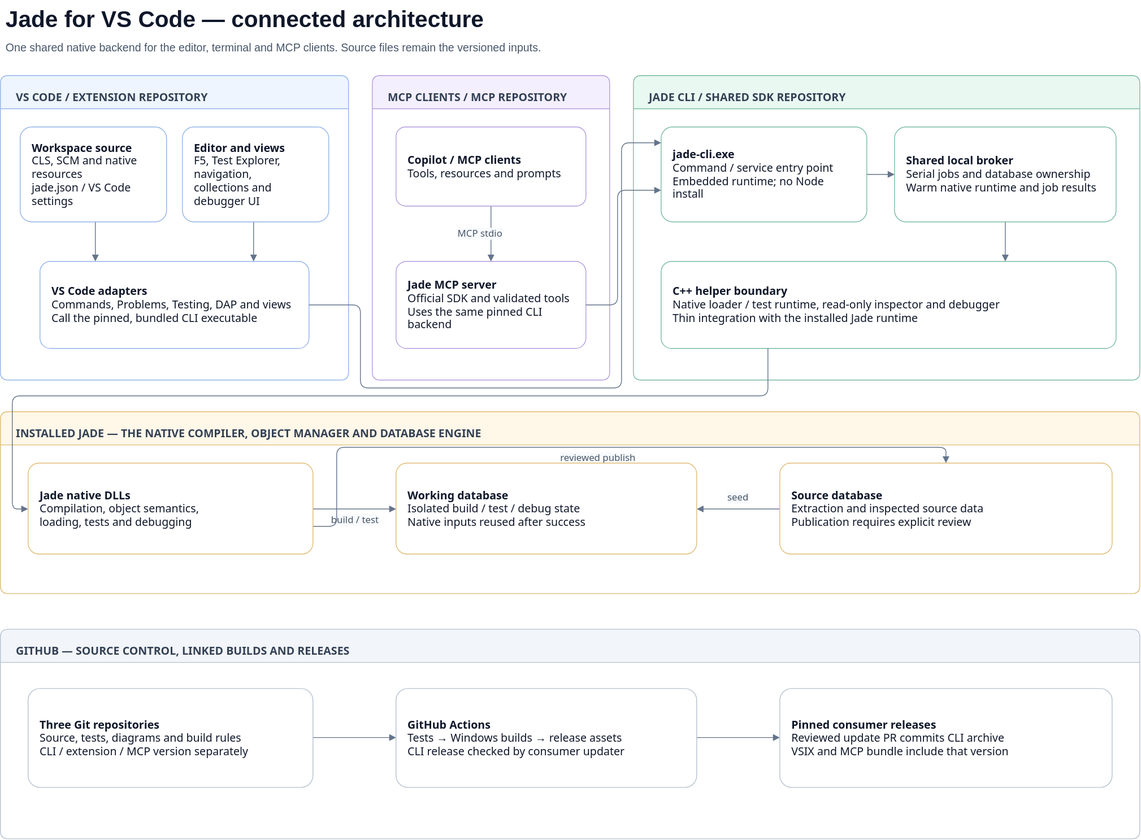
darrenhull/Jade-VSCode-Extension keeps this draw.io diagram as extension/media/architecture.drawio.svg. Above is the earlier version. Source tidied: cells renumbered, new cells last; positions are measured from the earlier drawing's top-left corner, leaving out a move shared by most shapes.
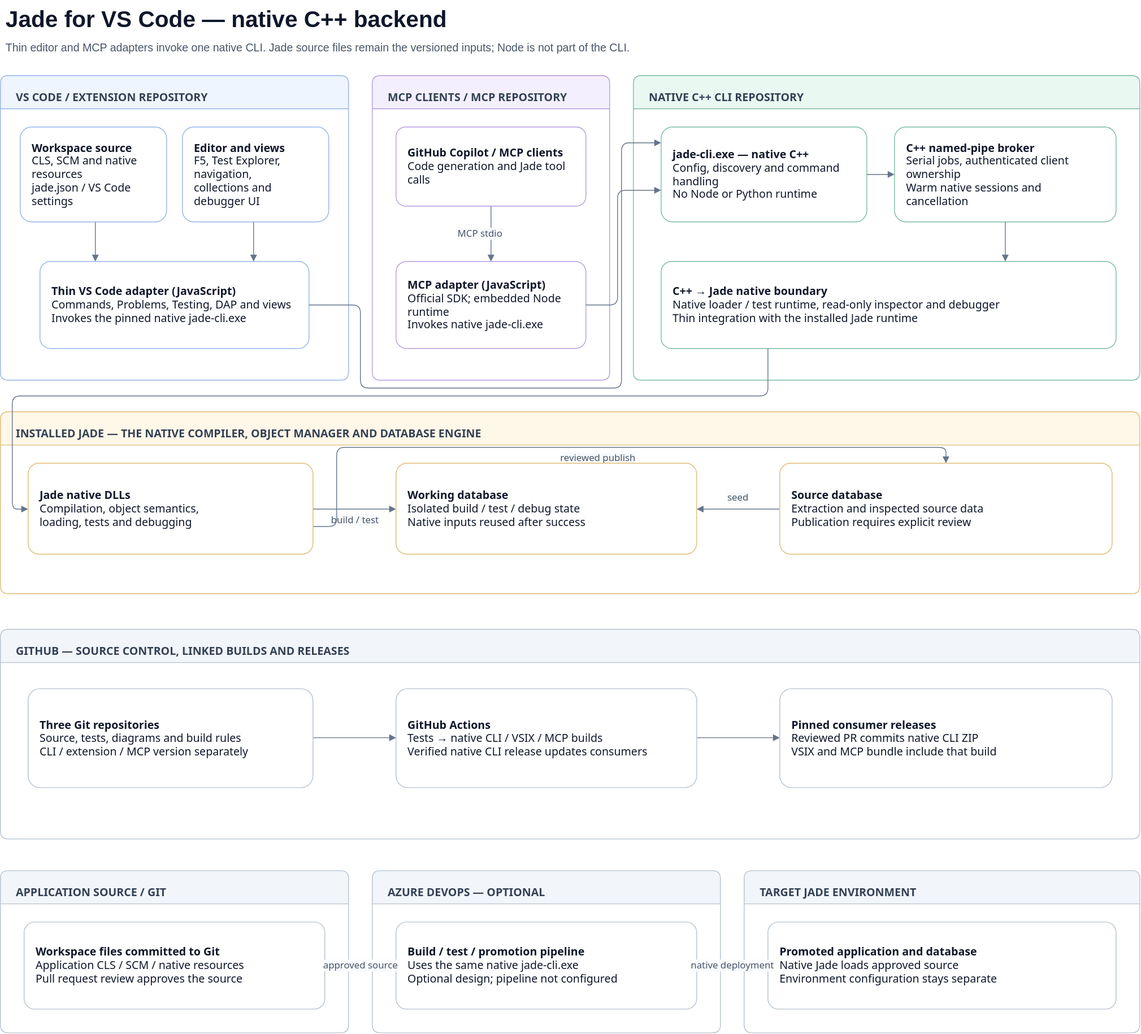
Above is the later version.

The edit, as a diff of the source:
```diff
@@ -2,10 +2,10 @@
   <root>
     <mxCell id="0" />
     <mxCell id="1" parent="0" />
-    <mxCell id="2" value="Jade for VS Code — connected architecture" style="text;html=1;align=left;fontSize=29;fontStyle=1;fontColor=#0f172a;" parent="1" vertex="1">
+    <mxCell id="2" value="Jade for VS Code — native C++ backend" style="text;html=1;align=left;fontSize=29;fontStyle=1;fontColor=#0f172a;" parent="1" vertex="1">
       <mxGeometry x="5" width="1430" height="40" as="geometry" />
     </mxCell>
-    <mxCell id="3" value="One shared native backend for the editor, terminal and MCP clients. Source files remain the versioned inputs." style="text;html=1;align=left;fontSize=14;fontColor=#475569;" parent="1" vertex="1">
+    <mxCell id="3" value="Thin editor and MCP adapters invoke one native CLI. Jade source files remain the versioned inputs; Node is not part of the CLI." style="text;html=1;align=left;fontSize=14;fontColor=#475569;" parent="1" vertex="1">
       <mxGeometry x="5" y="45" width="1430" height="28" as="geometry" />
     </mxCell>
     <mxCell id="4" value="VS CODE / EXTENSION REPOSITORY" style="swimlane;startSize=42;horizontal=1;rounded=1;arcSize=8;html=1;verticalAlign=middle;align=left;spacingTop=14;spacingLeft=18;fontSize=14;fontStyle=1;fontColor=#334155;fillColor=#eef5ff;strokeColor=#93b4e8;fontFamily=Segoe UI;" parent="1" vertex="1">
@@ -23,7 +23,7 @@
     <mxCell id="8" value="&lt;b&gt;Editor and views&lt;/b&gt;&lt;br&gt;F5, Test Explorer, navigation,&lt;br&gt;collections and debugger UI" style="rounded=1;arcSize=12;html=1;whiteSpace=wrap;align=left;verticalAlign=middle;spacing=15;fontSize=14;fontColor=#0f172a;fillColor=#ffffff;strokeColor=#93b4e8;fontFamily=Segoe UI;" parent="4" vertex="1">
       <mxGeometry x="230" y="65" width="185" height="120" as="geometry" />
     </mxCell>
-    <mxCell id="9" value="&lt;b&gt;VS Code adapters&lt;/b&gt;&lt;br&gt;Commands, Problems, Testing, DAP and views&lt;br&gt;Call the pinned, bundled CLI executable" style="rounded=1;arcSize=12;html=1;whiteSpace=wrap;align=left;verticalAlign=middle;spacing=15;fontSize=14;fontColor=#0f172a;fillColor=#ffffff;strokeColor=#93b4e8;fontFamily=Segoe UI;" parent="4" vertex="1">
+    <mxCell id="9" value="&lt;b&gt;Thin VS Code adapter (JavaScript)&lt;/b&gt;&lt;br&gt;Commands, Problems, Testing, DAP and views&lt;br&gt;Invokes the pinned native jade-cli.exe" style="rounded=1;arcSize=12;html=1;whiteSpace=wrap;align=left;verticalAlign=middle;spacing=15;fontSize=14;fontColor=#0f172a;fillColor=#ffffff;strokeColor=#93b4e8;fontFamily=Segoe UI;" parent="4" vertex="1">
       <mxGeometry x="50" y="235" width="340" height="110" as="geometry" />
     </mxCell>
     <mxCell id="10" value="MCP CLIENTS / MCP REPOSITORY" style="swimlane;startSize=42;horizontal=1;rounded=1;arcSize=8;html=1;verticalAlign=middle;align=left;spacingTop=14;spacingLeft=18;fontSize=14;fontStyle=1;fontColor=#334155;fillColor=#f4efff;strokeColor=#b49cdd;fontFamily=Segoe UI;" parent="1" vertex="1">
@@ -32,13 +32,13 @@
     <mxCell id="11" value="MCP stdio" style="edgeStyle=orthogonalEdgeStyle;rounded=1;html=1;endArrow=block;endFill=1;strokeColor=#64748b;fontColor=#475569;fontSize=12;exitX=0.5;exitY=1.0;entryX=0.5;entryY=0.0;exitPerimeter=0;entryPerimeter=0;labelBackgroundColor=#f8fafc;fontFamily=Segoe UI;" parent="10" edge="1" source="12" target="13">
       <mxGeometry y="-14" relative="1" as="geometry" />
     </mxCell>
-    <mxCell id="12" value="&lt;b&gt;Copilot / MCP clients&lt;/b&gt;&lt;br&gt;Tools, resources and prompts" style="rounded=1;arcSize=12;html=1;whiteSpace=wrap;align=left;verticalAlign=middle;spacing=15;fontSize=14;fontColor=#0f172a;fillColor=#ffffff;strokeColor=#b49cdd;fontFamily=Segoe UI;" parent="10" vertex="1">
+    <mxCell id="12" value="&lt;b&gt;GitHub Copilot / MCP clients&lt;/b&gt;&lt;br&gt;Code generation and Jade tool calls" style="rounded=1;arcSize=12;html=1;whiteSpace=wrap;align=left;verticalAlign=middle;spacing=15;fontSize=14;fontColor=#0f172a;fillColor=#ffffff;strokeColor=#b49cdd;fontFamily=Segoe UI;" parent="10" vertex="1">
       <mxGeometry x="30" y="65" width="240" height="100" as="geometry" />
     </mxCell>
-    <mxCell id="13" value="&lt;b&gt;Jade MCP server&lt;/b&gt;&lt;br&gt;Official SDK and validated tools&lt;br&gt;Uses the same pinned CLI backend" style="rounded=1;arcSize=12;html=1;whiteSpace=wrap;align=left;verticalAlign=middle;spacing=15;fontSize=14;fontColor=#0f172a;fillColor=#ffffff;strokeColor=#b49cdd;fontFamily=Segoe UI;" parent="10" vertex="1">
+    <mxCell id="13" value="&lt;b&gt;MCP adapter (JavaScript)&lt;/b&gt;&lt;br&gt;Official SDK; embedded Node runtime&lt;br&gt;Invokes native jade-cli.exe" style="rounded=1;arcSize=12;html=1;whiteSpace=wrap;align=left;verticalAlign=middle;spacing=15;fontSize=14;fontColor=#0f172a;fillColor=#ffffff;strokeColor=#b49cdd;fontFamily=Segoe UI;" parent="10" vertex="1">
       <mxGeometry x="30" y="235" width="240" height="110" as="geometry" />
     </mxCell>
-    <mxCell id="14" value="JADE CLI / SHARED SDK REPOSITORY" style="swimlane;startSize=42;horizontal=1;rounded=1;arcSize=8;html=1;verticalAlign=middle;align=left;spacingTop=14;spacingLeft=18;fontSize=14;fontStyle=1;fontColor=#334155;fillColor=#eaf8f2;strokeColor=#78bca2;fontFamily=Segoe UI;" parent="1" vertex="1">
+    <mxCell id="14" value="NATIVE C++ CLI REPOSITORY" style="swimlane;startSize=42;horizontal=1;rounded=1;arcSize=8;html=1;verticalAlign=middle;align=left;spacingTop=14;spacingLeft=18;fontSize=14;fontStyle=1;fontColor=#334155;fillColor=#eaf8f2;strokeColor=#78bca2;fontFamily=Segoe UI;" parent="1" vertex="1">
       <mxGeometry x="800" y="95" width="640" height="385" as="geometry" />
     </mxCell>
     <mxCell id="15" style="edgeStyle=orthogonalEdgeStyle;rounded=1;html=1;endArrow=block;endFill=1;strokeColor=#64748b;fontColor=#475569;fontSize=12;exitX=1.0;exitY=0.5;entryX=0.0;entryY=0.5;exitPerimeter=0;entryPerimeter=0;labelBackgroundColor=#f8fafc;fontFamily=Segoe UI;" parent="14" edge="1" source="17" target="18">
@@ -47,13 +47,13 @@
     <mxCell id="16" style="edgeStyle=orthogonalEdgeStyle;rounded=1;html=1;endArrow=block;endFill=1;strokeColor=#64748b;fontColor=#475569;fontSize=12;exitX=0.5;exitY=1.0;entryX=0.7565217391304347;entryY=0.0;exitPerimeter=0;entryPerimeter=0;labelBackgroundColor=#f8fafc;fontFamily=Segoe UI;" parent="14" edge="1" source="18" target="19">
       <mxGeometry relative="1" as="geometry" />
     </mxCell>
-    <mxCell id="17" value="&lt;b&gt;jade-cli.exe&lt;/b&gt;&lt;br&gt;Command / service entry point&lt;br&gt;Embedded runtime; no Node install" style="rounded=1;arcSize=12;html=1;whiteSpace=wrap;align=left;verticalAlign=middle;spacing=15;fontSize=14;fontColor=#0f172a;fillColor=#ffffff;strokeColor=#78bca2;fontFamily=Segoe UI;" parent="14" vertex="1">
+    <mxCell id="17" value="&lt;b&gt;jade-cli.exe — native C++&lt;/b&gt;&lt;br&gt;Config, discovery and command handling&lt;br&gt;No Node or Python runtime" style="rounded=1;arcSize=12;html=1;whiteSpace=wrap;align=left;verticalAlign=middle;spacing=15;fontSize=14;fontColor=#0f172a;fillColor=#ffffff;strokeColor=#78bca2;fontFamily=Segoe UI;" parent="14" vertex="1">
       <mxGeometry x="35" y="65" width="260" height="120" as="geometry" />
     </mxCell>
-    <mxCell id="18" value="&lt;b&gt;Shared local broker&lt;/b&gt;&lt;br&gt;Serial jobs and database ownership&lt;br&gt;Warm native runtime and job results" style="rounded=1;arcSize=12;html=1;whiteSpace=wrap;align=left;verticalAlign=middle;spacing=15;fontSize=14;fontColor=#0f172a;fillColor=#ffffff;strokeColor=#78bca2;fontFamily=Segoe UI;" parent="14" vertex="1">
+    <mxCell id="18" value="&lt;b&gt;C++ named-pipe broker&lt;/b&gt;&lt;br&gt;Serial jobs, authenticated client ownership&lt;br&gt;Warm native sessions and cancellation" style="rounded=1;arcSize=12;html=1;whiteSpace=wrap;align=left;verticalAlign=middle;spacing=15;fontSize=14;fontColor=#0f172a;fillColor=#ffffff;strokeColor=#78bca2;fontFamily=Segoe UI;" parent="14" vertex="1">
       <mxGeometry x="330" y="65" width="280" height="120" as="geometry" />
     </mxCell>
-    <mxCell id="19" value="&lt;b&gt;C++ helper boundary&lt;/b&gt;&lt;br&gt;Native loader / test runtime, read-only inspector and debugger&lt;br&gt;Thin integration with the installed Jade runtime" style="rounded=1;arcSize=12;html=1;whiteSpace=wrap;align=left;verticalAlign=middle;spacing=15;fontSize=14;fontColor=#0f172a;fillColor=#ffffff;strokeColor=#78bca2;fontFamily=Segoe UI;" parent="14" vertex="1">
+    <mxCell id="19" value="&lt;b&gt;C++ → Jade native boundary&lt;/b&gt;&lt;br&gt;Native loader / test runtime, read-only inspector and debugger&lt;br&gt;Thin integration with the installed Jade runtime" style="rounded=1;arcSize=12;html=1;whiteSpace=wrap;align=left;verticalAlign=middle;spacing=15;fontSize=14;fontColor=#0f172a;fillColor=#ffffff;strokeColor=#78bca2;fontFamily=Segoe UI;" parent="14" vertex="1">
       <mxGeometry x="35" y="235" width="575" height="110" as="geometry" />
     </mxCell>
     <mxCell id="20" value="INSTALLED JADE — THE NATIVE COMPILER, OBJECT MANAGER AND DATABASE ENGINE" style="swimlane;startSize=42;horizontal=1;rounded=1;arcSize=8;html=1;verticalAlign=middle;align=left;spacingTop=14;spacingLeft=18;fontSize=14;fontStyle=1;fontColor=#334155;fillColor=#fff7e8;strokeColor=#dfbb74;fontFamily=Segoe UI;" parent="1" vertex="1">
@@ -95,10 +95,10 @@
     <mxCell id="30" value="&lt;b&gt;Three Git repositories&lt;/b&gt;&lt;br&gt;Source, tests, diagrams and build rules&lt;br&gt;CLI / extension / MCP version separately" style="rounded=1;arcSize=12;html=1;whiteSpace=wrap;align=left;verticalAlign=middle;spacing=15;fontSize=14;fontColor=#0f172a;fillColor=#ffffff;strokeColor=#b5c1cf;fontFamily=Segoe UI;" parent="27" vertex="1">
       <mxGeometry x="35" y="75" width="360" height="125" as="geometry" />
     </mxCell>
-    <mxCell id="31" value="&lt;b&gt;GitHub Actions&lt;/b&gt;&lt;br&gt;Tests → Windows builds → release assets&lt;br&gt;CLI release checked by consumer updater" style="rounded=1;arcSize=12;html=1;whiteSpace=wrap;align=left;verticalAlign=middle;spacing=15;fontSize=14;fontColor=#0f172a;fillColor=#ffffff;strokeColor=#b5c1cf;fontFamily=Segoe UI;" parent="27" vertex="1">
+    <mxCell id="31" value="&lt;b&gt;GitHub Actions&lt;/b&gt;&lt;br&gt;Tests → native CLI / VSIX / MCP builds&lt;br&gt;Verified native CLI release updates consumers" style="rounded=1;arcSize=12;html=1;whiteSpace=wrap;align=left;verticalAlign=middle;spacing=15;fontSize=14;fontColor=#0f172a;fillColor=#ffffff;strokeColor=#b5c1cf;fontFamily=Segoe UI;" parent="27" vertex="1">
       <mxGeometry x="500" y="75" width="380" height="125" as="geometry" />
     </mxCell>
-    <mxCell id="32" value="&lt;b&gt;Pinned consumer releases&lt;/b&gt;&lt;br&gt;Reviewed update PR commits CLI archive&lt;br&gt;VSIX and MCP bundle include that version" style="rounded=1;arcSize=12;html=1;whiteSpace=wrap;align=left;verticalAlign=middle;spacing=15;fontSize=14;fontColor=#0f172a;fillColor=#ffffff;strokeColor=#b5c1cf;fontFamily=Segoe UI;" parent="27" vertex="1">
+    <mxCell id="32" value="&lt;b&gt;Pinned consumer releases&lt;/b&gt;&lt;br&gt;Reviewed PR commits native CLI ZIP&lt;br&gt;VSIX and MCP bundle include that build" style="rounded=1;arcSize=12;html=1;whiteSpace=wrap;align=left;verticalAlign=middle;spacing=15;fontSize=14;fontColor=#0f172a;fillColor=#ffffff;strokeColor=#b5c1cf;fontFamily=Segoe UI;" parent="27" vertex="1">
       <mxGeometry x="985" y="75" width="420" height="125" as="geometry" />
     </mxCell>
     <mxCell id="33" style="edgeStyle=orthogonalEdgeStyle;rounded=1;html=1;endArrow=block;endFill=1;strokeColor=#64748b;fontColor=#475569;fontSize=12;exitX=1.0;exitY=0.5;entryX=0.0;entryY=0.16666666666666666;exitPerimeter=0;entryPerimeter=0;labelBackgroundColor=#f8fafc;fontFamily=Segoe UI;" parent="1" edge="1" source="9" target="17">
@@ -128,5 +128,29 @@
         </Array>
       </mxGeometry>
     </mxCell>
+    <mxCell id="36" value="APPLICATION SOURCE / GIT" style="swimlane;startSize=42;horizontal=1;rounded=1;arcSize=8;html=1;verticalAlign=middle;align=left;spacingTop=14;spacingLeft=18;fontSize=14;fontStyle=1;fontColor=#334155;fillColor=#f2f5f9;strokeColor=#b5c1cf;fontFamily=Segoe UI;" parent="1" vertex="1">
+      <mxGeometry y="1100" width="440" height="205" as="geometry" />
+    </mxCell>
+    <mxCell id="37" value="&lt;b&gt;Workspace files committed to Git&lt;/b&gt;&lt;br&gt;Application CLS / SCM / native resources&lt;br&gt;Pull request review approves the source" style="rounded=1;arcSize=12;html=1;whiteSpace=wrap;align=left;verticalAlign=middle;spacing=15;fontSize=14;fontColor=#0f172a;fillColor=#ffffff;strokeColor=#b5c1cf;fontFamily=Segoe UI;" parent="36" vertex="1">
+      <mxGeometry x="30" y="65" width="380" height="110" as="geometry" />
+    </mxCell>
+    <mxCell id="38" value="AZURE DEVOPS — OPTIONAL" style="swimlane;startSize=42;horizontal=1;rounded=1;arcSize=8;html=1;verticalAlign=middle;align=left;spacingTop=14;spacingLeft=18;fontSize=14;fontStyle=1;fontColor=#334155;fillColor=#f2f5f9;strokeColor=#b5c1cf;fontFamily=Segoe UI;" parent="1" vertex="1">
+      <mxGeometry x="470" y="1100" width="440" height="205" as="geometry" />
+    </mxCell>
+    <mxCell id="39" value="&lt;b&gt;Build / test / promotion pipeline&lt;/b&gt;&lt;br&gt;Uses the same native jade-cli.exe&lt;br&gt;Optional design; pipeline not configured" style="rounded=1;arcSize=12;html=1;whiteSpace=wrap;align=left;verticalAlign=middle;spacing=15;fontSize=14;fontColor=#0f172a;fillColor=#ffffff;strokeColor=#b5c1cf;fontFamily=Segoe UI;" parent="38" vertex="1">
+      <mxGeometry x="30" y="65" width="380" height="110" as="geometry" />
+    </mxCell>
+    <mxCell id="40" value="TARGET JADE ENVIRONMENT" style="swimlane;startSize=42;horizontal=1;rounded=1;arcSize=8;html=1;verticalAlign=middle;align=left;spacingTop=14;spacingLeft=18;fontSize=14;fontStyle=1;fontColor=#334155;fillColor=#f2f5f9;strokeColor=#b5c1cf;fontFamily=Segoe UI;" parent="1" vertex="1">
+      <mxGeometry x="940" y="1100" width="500" height="205" as="geometry" />
+    </mxCell>
+    <mxCell id="41" value="&lt;b&gt;Promoted application and database&lt;/b&gt;&lt;br&gt;Native Jade loads approved source&lt;br&gt;Environment configuration stays separate" style="rounded=1;arcSize=12;html=1;whiteSpace=wrap;align=left;verticalAlign=middle;spacing=15;fontSize=14;fontColor=#0f172a;fillColor=#ffffff;strokeColor=#b5c1cf;fontFamily=Segoe UI;" parent="40" vertex="1">
+      <mxGeometry x="30" y="65" width="440" height="110" as="geometry" />
+    </mxCell>
+    <mxCell id="42" value="approved source" style="edgeStyle=orthogonalEdgeStyle;rounded=1;html=1;endArrow=block;endFill=1;strokeColor=#64748b;fontColor=#475569;fontSize=12;labelBackgroundColor=#f8fafc;fontFamily=Segoe UI;" parent="1" edge="1" source="37" target="39">
+      <mxGeometry relative="1" as="geometry" />
+    </mxCell>
+    <mxCell id="43" value="native deployment" style="edgeStyle=orthogonalEdgeStyle;rounded=1;html=1;endArrow=block;endFill=1;strokeColor=#64748b;fontColor=#475569;fontSize=12;labelBackgroundColor=#f8fafc;fontFamily=Segoe UI;" parent="1" edge="1" source="39" target="41">
+      <mxGeometry relative="1" as="geometry" />
+    </mxCell>
   </root>
 </mxGraphModel>
```
